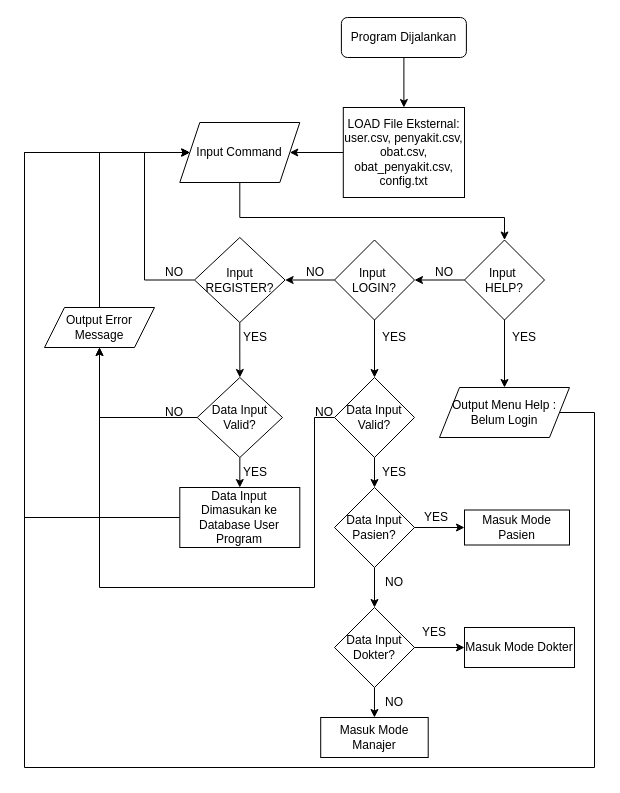
Above: page "Page-2" (2 of 3) of F00 - Start Program.drawio in Jouvann/flowchart (draw.io), before the change. Source tidied: cells renumbered, new cells numbered last; positions are measured from the earlier drawing's top-left corner, leaving out a move shared by most shapes. Both pictures are drawn from the tidied source at 100%, with x=0, y=0 at pixel (24, 17).
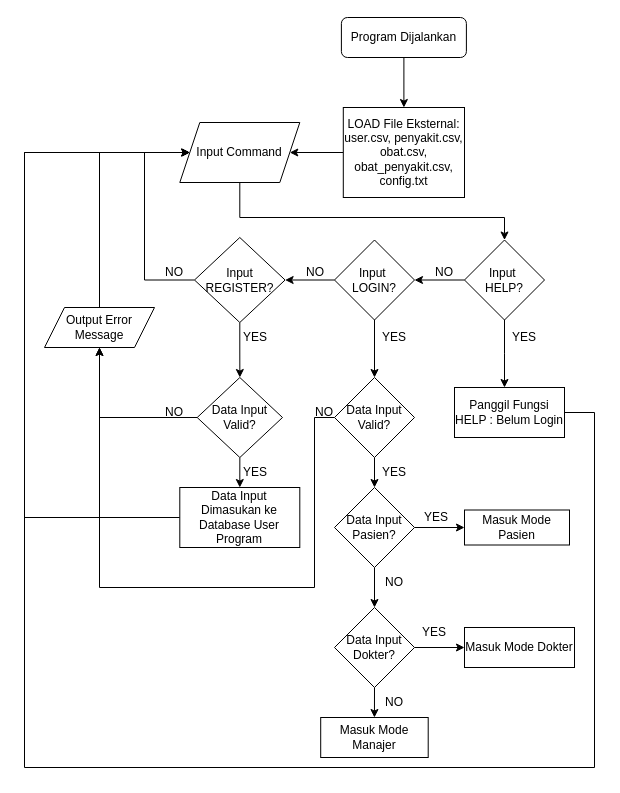
Above is the later version.

The change refers to these unchanged cells:
```xml
<mxCell id="14" value="Input&amp;nbsp;&lt;div&gt;HELP?&lt;/div&gt;" style="rhombus;whiteSpace=wrap;html=1;" parent="1" vertex="1">
  <mxGeometry x="440" y="222.5" width="80" height="80" as="geometry" />
</mxCell>
<mxCell id="16" value="Input Command" style="shape=parallelogram;perimeter=parallelogramPerimeter;whiteSpace=wrap;html=1;fixedSize=1;" parent="1" vertex="1">
  <mxGeometry x="155.3" y="105" width="120" height="60" as="geometry" />
</mxCell>
```

Change to the diagram source:
```diff
@@
-    <mxCell id="12" style="edgeStyle=orthogonalEdgeStyle;rounded=0;jettySize=auto;html=1;exitX=0.5;exitY=1;exitDx=0;exitDy=0;entryX=0.5;entryY=0;entryDx=0;entryDy=0;" parent="1" edge="1" source="14" target="18">
-      <mxGeometry relative="1" as="geometry" />
+    <mxCell id="12" style="edgeStyle=orthogonalEdgeStyle;rounded=0;jettySize=auto;html=1;exitX=0.5;exitY=1;exitDx=0;exitDy=0;entryX=0.5;entryY=0;entryDx=0;entryDy=0;" parent="1" edge="1" source="14">
+      <mxGeometry relative="1" as="geometry">
+        <mxPoint x="480" y="370" as="targetPoint" />
+      </mxGeometry>
     </mxCell>
@@
-    <mxCell id="17" style="edgeStyle=orthogonalEdgeStyle;rounded=0;jettySize=auto;html=1;exitX=1;exitY=0.5;exitDx=0;exitDy=0;entryX=0;entryY=0.5;entryDx=0;entryDy=0;" parent="1" edge="1" source="18" target="16">
+    <mxCell id="17" style="edgeStyle=orthogonalEdgeStyle;rounded=0;jettySize=auto;html=1;exitX=1;exitY=0.5;exitDx=0;exitDy=0;entryX=0;entryY=0.5;entryDx=0;entryDy=0;" parent="1" edge="1" target="16">
       <mxGeometry relative="1" as="geometry">
+        <mxPoint x="535" y="395" as="sourcePoint" />
         <Array as="points">
           <mxPoint x="570" y="395" />
           <mxPoint x="570" y="750" />
           <mxPoint y="750" />
           <mxPoint y="135" />
         </Array>
       </mxGeometry>
     </mxCell>
-    <mxCell id="18" value="Output Menu Help : Belum Login" style="shape=parallelogram;perimeter=parallelogramPerimeter;whiteSpace=wrap;html=1;fixedSize=1;" parent="1" vertex="1">
-      <mxGeometry x="415" y="370" width="130" height="50" as="geometry" />
-    </mxCell>
@@
+    <mxCell id="52" value="Panggil Fungsi HELP : Belum Login" style="rounded=0;whiteSpace=wrap;html=1;" parent="1" vertex="1">
+      <mxGeometry x="430" y="370" width="110" height="50" as="geometry" />
+    </mxCell>
```
